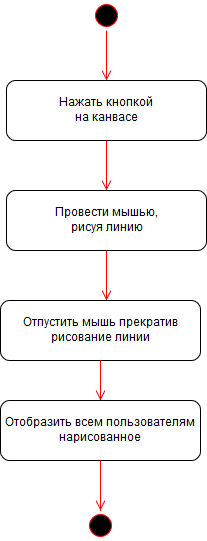
EvgeniiAleinikov/TRiTPO keeps this draw.io diagram as Diagram/Activity/Drow.png. Above is the earlier version. Source tidied: cells renumbered, new cells last; positions are measured from the earlier drawing's top-left corner, leaving out a move shared by most shapes. The source it was exported from:
```xml
<mxGraphModel background="#ffffff">
  <root>
    <mxCell id="0" />
    <mxCell id="1" parent="0" />
    <mxCell id="2" style="ellipse;shape=startState;fillColor=#000000;strokeColor=#ff0000;" parent="1" vertex="1">
      <mxGeometry x="91" width="30" height="30" as="geometry" />
    </mxCell>
    <mxCell id="3" style="edgeStyle=elbowEdgeStyle;elbow=horizontal;verticalAlign=bottom;endArrow=open;endSize=8;strokeColor=#FF0000;endFill=1;rounded=0;exitX=0.5;exitY=1;entryX=0.5;entryY=0;" parent="1" edge="1" source="2" target="4">
      <mxGeometry x="40" y="20" as="geometry">
        <Array as="points">
          <mxPoint x="106" y="50" />
          <mxPoint x="106" y="40" />
          <mxPoint x="100" y="60" />
        </Array>
      </mxGeometry>
    </mxCell>
    <mxCell id="4" value="Нажать кнопкой &lt;br&gt;на канвасе" style="rounded=1;whiteSpace=wrap;html=1;" parent="1" vertex="1">
      <mxGeometry x="6" y="80" width="200" height="60" as="geometry" />
    </mxCell>
    <mxCell id="5" style="edgeStyle=elbowEdgeStyle;elbow=horizontal;verticalAlign=bottom;endArrow=open;endSize=8;strokeColor=#FF0000;endFill=1;rounded=0;exitX=0.5;exitY=1;" parent="1" edge="1" source="4">
      <mxGeometry x="50" y="30" as="geometry">
        <mxPoint x="106" y="190" as="targetPoint" />
        <Array as="points">
          <mxPoint x="106" y="170" />
          <mxPoint x="116" y="60" />
          <mxPoint x="116" y="50" />
          <mxPoint x="110" y="70" />
        </Array>
      </mxGeometry>
    </mxCell>
    <mxCell id="6" value="Провести мышью,&lt;br&gt;рисуя линию" style="rounded=1;whiteSpace=wrap;html=1;" parent="1" vertex="1">
      <mxGeometry x="6" y="190" width="200" height="60" as="geometry" />
    </mxCell>
    <mxCell id="7" style="edgeStyle=elbowEdgeStyle;elbow=horizontal;verticalAlign=bottom;endArrow=open;endSize=8;strokeColor=#FF0000;endFill=1;rounded=0;exitX=0.5;exitY=1;" parent="1" edge="1" source="6">
      <mxGeometry x="60" y="40" as="geometry">
        <mxPoint x="106" y="300" as="targetPoint" />
        <Array as="points">
          <mxPoint x="106" y="280" />
          <mxPoint x="116" y="180" />
          <mxPoint x="126" y="70" />
          <mxPoint x="126" y="60" />
          <mxPoint x="120" y="80" />
        </Array>
      </mxGeometry>
    </mxCell>
    <mxCell id="8" value="Отпустить мышь прекратив рисование линии" style="rounded=1;whiteSpace=wrap;html=1;" parent="1" vertex="1">
      <mxGeometry y="300" width="200" height="60" as="geometry" />
    </mxCell>
    <mxCell id="9" style="edgeStyle=elbowEdgeStyle;elbow=horizontal;verticalAlign=bottom;endArrow=open;endSize=8;strokeColor=#FF0000;endFill=1;rounded=0;exitX=0.5;exitY=1;" parent="1" edge="1" source="8">
      <mxGeometry x="70" y="50" as="geometry">
        <mxPoint x="100" y="400" as="targetPoint" />
        <Array as="points">
          <mxPoint x="100" y="380" />
          <mxPoint x="126" y="190" />
          <mxPoint x="136" y="80" />
          <mxPoint x="136" y="70" />
          <mxPoint x="130" y="90" />
        </Array>
      </mxGeometry>
    </mxCell>
    <mxCell id="10" value="Отобразить всем пользователям&lt;br&gt;нарисованное" style="rounded=1;whiteSpace=wrap;html=1;" parent="1" vertex="1">
      <mxGeometry y="400" width="200" height="60" as="geometry" />
    </mxCell>
    <mxCell id="11" style="edgeStyle=elbowEdgeStyle;elbow=horizontal;verticalAlign=bottom;endArrow=open;endSize=8;strokeColor=#FF0000;endFill=1;rounded=0;exitX=0.5;exitY=1;entryX=0.5;entryY=0;" parent="1" edge="1" source="10" target="12">
      <mxGeometry x="80" y="60" as="geometry">
        <Array as="points">
          <mxPoint x="100" y="490" />
          <mxPoint x="96" y="490" />
          <mxPoint x="96" y="480" />
          <mxPoint x="96" y="490" />
          <mxPoint x="136" y="200" />
          <mxPoint x="146" y="90" />
          <mxPoint x="146" y="80" />
          <mxPoint x="140" y="100" />
        </Array>
      </mxGeometry>
    </mxCell>
    <mxCell id="12" style="ellipse;shape=startState;fillColor=#000000;strokeColor=#ff0000;" parent="1" vertex="1">
      <mxGeometry x="85" y="510" width="30" height="30" as="geometry" />
    </mxCell>
  </root>
</mxGraphModel>
```
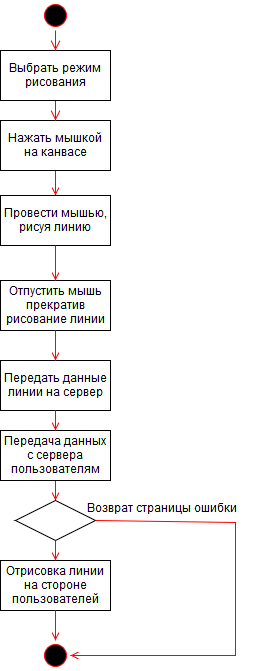
After the change.

The edit, as a diff of the source:
```diff
@@ -2,81 +2,78 @@
   <root>
     <mxCell id="0" />
     <mxCell id="1" parent="0" />
-    <mxCell id="2" style="ellipse;shape=startState;fillColor=#000000;strokeColor=#ff0000;" parent="1" vertex="1">
-      <mxGeometry x="91" width="30" height="30" as="geometry" />
+    <mxCell id="2" style="endArrow=open;strokeColor=#FF0000;endFill=1;rounded=0;exitX=0.5;exitY=1;entryX=0.5;entryY=0;" parent="1" edge="1" source="3" target="5">
+      <mxGeometry relative="1" as="geometry" />
     </mxCell>
-    <mxCell id="3" style="edgeStyle=elbowEdgeStyle;elbow=horizontal;verticalAlign=bottom;endArrow=open;endSize=8;strokeColor=#FF0000;endFill=1;rounded=0;exitX=0.5;exitY=1;entryX=0.5;entryY=0;" parent="1" edge="1" source="2" target="4">
-      <mxGeometry x="40" y="20" as="geometry">
-        <Array as="points">
-          <mxPoint x="106" y="50" />
-          <mxPoint x="106" y="40" />
-          <mxPoint x="100" y="60" />
-        </Array>
-      </mxGeometry>
+    <mxCell id="3" value="Нажать мышкой&#10;на канвасе" parent="1" vertex="1">
+      <mxGeometry x="26" y="70" width="110" height="50" as="geometry" />
     </mxCell>
-    <mxCell id="4" value="Нажать кнопкой &lt;br&gt;на канвасе" style="rounded=1;whiteSpace=wrap;html=1;" parent="1" vertex="1">
-      <mxGeometry x="6" y="80" width="200" height="60" as="geometry" />
+    <mxCell id="4" style="ellipse;shape=startState;fillColor=#000000;strokeColor=#ff0000;" parent="1" vertex="1">
+      <mxGeometry x="66" y="-50" width="30" height="30" as="geometry" />
     </mxCell>
+    <mxCell id="13" style="edgeStyle=elbowEdgeStyle;elbow=horizontal;verticalAlign=bottom;endArrow=open;endSize=8;strokeColor=#FF0000;endFill=1;rounded=0;exitX=0.5;exitY=1;" parent="1" edge="1" source="22" target="3">
+      <mxGeometry x="540" y="28" as="geometry" />
+    </mxCell>
-    <mxCell id="5" style="edgeStyle=elbowEdgeStyle;elbow=horizontal;verticalAlign=bottom;endArrow=open;endSize=8;strokeColor=#FF0000;endFill=1;rounded=0;exitX=0.5;exitY=1;" parent="1" edge="1" source="4">
-      <mxGeometry x="50" y="30" as="geometry">
-        <mxPoint x="106" y="190" as="targetPoint" />
-        <Array as="points">
-          <mxPoint x="106" y="170" />
-          <mxPoint x="116" y="60" />
-          <mxPoint x="116" y="50" />
-          <mxPoint x="110" y="70" />
-        </Array>
-      </mxGeometry>
+    <mxCell id="5" value="Провести мышью,&#10;рисуя линию" parent="1" vertex="1">
+      <mxGeometry x="26" y="145" width="110" height="50" as="geometry" />
     </mxCell>
-    <mxCell id="6" value="Провести мышью,&lt;br&gt;рисуя линию" style="rounded=1;whiteSpace=wrap;html=1;" parent="1" vertex="1">
-      <mxGeometry x="6" y="190" width="200" height="60" as="geometry" />
+    <mxCell id="6" value="Отпустить мышь&#10;прекратив &#10;рисование линии" parent="1" vertex="1">
+      <mxGeometry x="26" y="230" width="110" height="50" as="geometry" />
     </mxCell>
-    <mxCell id="7" style="edgeStyle=elbowEdgeStyle;elbow=horizontal;verticalAlign=bottom;endArrow=open;endSize=8;strokeColor=#FF0000;endFill=1;rounded=0;exitX=0.5;exitY=1;" parent="1" edge="1" source="6">
-      <mxGeometry x="60" y="40" as="geometry">
-        <mxPoint x="106" y="300" as="targetPoint" />
-        <Array as="points">
-          <mxPoint x="106" y="280" />
-          <mxPoint x="116" y="180" />
-          <mxPoint x="126" y="70" />
-          <mxPoint x="126" y="60" />
-          <mxPoint x="120" y="80" />
-        </Array>
-      </mxGeometry>
+    <mxCell id="7" style="endArrow=open;strokeColor=#FF0000;endFill=1;rounded=0;exitX=0.5;exitY=1;entryX=0.5;entryY=0;" parent="1" edge="1" source="5" target="6">
+      <mxGeometry relative="1" as="geometry" />
     </mxCell>
-    <mxCell id="8" value="Отпустить мышь прекратив рисование линии" style="rounded=1;whiteSpace=wrap;html=1;" parent="1" vertex="1">
-      <mxGeometry y="300" width="200" height="60" as="geometry" />
+    <mxCell id="8" value="Передать данные&#10;линии на сервер" parent="1" vertex="1">
+      <mxGeometry x="26" y="310" width="110" height="50" as="geometry" />
     </mxCell>
-    <mxCell id="9" style="edgeStyle=elbowEdgeStyle;elbow=horizontal;verticalAlign=bottom;endArrow=open;endSize=8;strokeColor=#FF0000;endFill=1;rounded=0;exitX=0.5;exitY=1;" parent="1" edge="1" source="8">
-      <mxGeometry x="70" y="50" as="geometry">
-        <mxPoint x="100" y="400" as="targetPoint" />
-        <Array as="points">
-          <mxPoint x="100" y="380" />
-          <mxPoint x="126" y="190" />
-          <mxPoint x="136" y="80" />
-          <mxPoint x="136" y="70" />
-          <mxPoint x="130" y="90" />
-        </Array>
-      </mxGeometry>
+    <mxCell id="9" style="endArrow=open;strokeColor=#FF0000;endFill=1;rounded=0;exitX=0.5;exitY=1;entryX=0.5;entryY=0;" parent="1" edge="1" source="6" target="8">
+      <mxGeometry relative="1" as="geometry" />
     </mxCell>
-    <mxCell id="10" value="Отобразить всем пользователям&lt;br&gt;нарисованное" style="rounded=1;whiteSpace=wrap;html=1;" parent="1" vertex="1">
-      <mxGeometry y="400" width="200" height="60" as="geometry" />
+    <mxCell id="10" value="Отрисовка линии &#10;на стороне &#10;пользователей" parent="1" vertex="1">
+      <mxGeometry x="26" y="510" width="110" height="50" as="geometry" />
     </mxCell>
-    <mxCell id="11" style="edgeStyle=elbowEdgeStyle;elbow=horizontal;verticalAlign=bottom;endArrow=open;endSize=8;strokeColor=#FF0000;endFill=1;rounded=0;exitX=0.5;exitY=1;entryX=0.5;entryY=0;" parent="1" edge="1" source="10" target="12">
-      <mxGeometry x="80" y="60" as="geometry">
-        <Array as="points">
-          <mxPoint x="100" y="490" />
-          <mxPoint x="96" y="490" />
-          <mxPoint x="96" y="480" />
-          <mxPoint x="96" y="490" />
-          <mxPoint x="136" y="200" />
-          <mxPoint x="146" y="90" />
-          <mxPoint x="146" y="80" />
-          <mxPoint x="140" y="100" />
-        </Array>
-      </mxGeometry>
+    <mxCell id="11" style="endArrow=open;strokeColor=#FF0000;endFill=1;rounded=0;exitX=0.5;exitY=1;entryX=0.5;entryY=0;" parent="1" edge="1" source="20" target="15">
+      <mxGeometry relative="1" as="geometry" />
     </mxCell>
-    <mxCell id="12" style="ellipse;shape=startState;fillColor=#000000;strokeColor=#ff0000;" parent="1" vertex="1">
-      <mxGeometry x="85" y="510" width="30" height="30" as="geometry" />
-    </mxCell>
+    <mxCell id="14" style="endArrow=open;strokeColor=#FF0000;endFill=1;rounded=0;exitX=0.5;exitY=1;entryX=0.5;entryY=0;" parent="1" edge="1">
+      <mxGeometry relative="1" as="geometry">
+        <mxPoint x="81" y="560" as="sourcePoint" />
+        <mxPoint x="81" y="590" as="targetPoint" />
+      </mxGeometry>
+    </mxCell>
+    <mxCell id="15" style="rhombus;whiteSpace=wrap;html=1;" parent="1" vertex="1">
+      <mxGeometry x="41" y="450" width="80" height="40" as="geometry" />
+    </mxCell>
+    <mxCell id="16" style="ellipse;shape=startState;fillColor=#000000;strokeColor=#ff0000;" parent="1" vertex="1">
+      <mxGeometry x="66" y="590" width="30" height="30" as="geometry" />
+    </mxCell>
+    <mxCell id="17" style="endArrow=open;strokeColor=#FF0000;endFill=1;rounded=0;exitX=1;exitY=0.5;entryX=1;entryY=0.5;" parent="1" edge="1" source="15" target="16">
+      <mxGeometry relative="1" as="geometry">
+        <Array as="points">
+          <mxPoint x="261" y="472" />
+          <mxPoint x="261" y="605" />
+        </Array>
+      </mxGeometry>
+    </mxCell>
+    <mxCell id="18" style="endArrow=open;strokeColor=#FF0000;endFill=1;rounded=0;exitX=0.5;exitY=1;entryX=0.5;entryY=0;" parent="1" edge="1" target="10">
+      <mxGeometry relative="1" as="geometry">
+        <mxPoint x="81" y="490" as="sourcePoint" />
+      </mxGeometry>
+    </mxCell>
+    <mxCell id="19" value="Возврат страницы ошибки" style="text;html=1;align=left;verticalAlign=top;spacingTop=-4;" parent="1" vertex="1">
+      <mxGeometry x="111" y="450" width="170" height="20" as="geometry" />
+    </mxCell>
+    <mxCell id="20" value="Передача данных &#10;с сервера&#10;пользователям" parent="1" vertex="1">
+      <mxGeometry x="26" y="380" width="110" height="50" as="geometry" />
+    </mxCell>
+    <mxCell id="21" style="endArrow=open;strokeColor=#FF0000;endFill=1;rounded=0;exitX=0.5;exitY=1;entryX=0.5;entryY=0;" parent="1" edge="1" source="8" target="20">
+      <mxGeometry relative="1" as="geometry" />
+    </mxCell>
+    <mxCell id="22" value="Выбрать режим&#10;рисования" parent="1" vertex="1">
+      <mxGeometry x="26" width="110" height="50" as="geometry" />
+    </mxCell>
+    <mxCell id="23" style="edgeStyle=elbowEdgeStyle;elbow=horizontal;verticalAlign=bottom;endArrow=open;endSize=8;strokeColor=#FF0000;endFill=1;rounded=0;exitX=0.5;exitY=1;entryX=0.5;entryY=0;" parent="1" edge="1" source="4" target="22">
+      <mxGeometry x="550" y="38" as="geometry" />
+    </mxCell>
   </root>
 </mxGraphModel>
```
